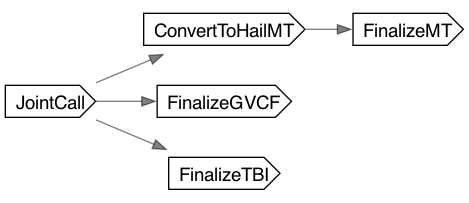
The Graphviz diagram dot/LRJointCallGVCFs.dot.png in broadinstitute/long-read-pipelines, before a commit. Its source is kept beside it as dot/LRJointCallGVCFs.dot.
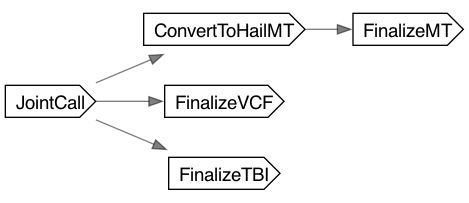
After the commit.

What changed in the source:
```diff
@@ -4,11 +4,11 @@
 	edge [color="#00000080"]
 	"call-JointCall" [label=JointCall shape=cds]
 	"call-ConvertToHailMT" [label=ConvertToHailMT shape=cds]
-	"call-FinalizeGVCF" [label=FinalizeGVCF shape=cds]
+	"call-FinalizeVCF" [label=FinalizeVCF shape=cds]
 	"call-FinalizeTBI" [label=FinalizeTBI shape=cds]
 	"call-FinalizeMT" [label=FinalizeMT shape=cds]
 	"call-JointCall" -> "call-ConvertToHailMT"
-	"call-JointCall" -> "call-FinalizeGVCF"
+	"call-JointCall" -> "call-FinalizeVCF"
 	"call-JointCall" -> "call-FinalizeTBI"
 	"call-ConvertToHailMT" -> "call-FinalizeMT"
 }
```
